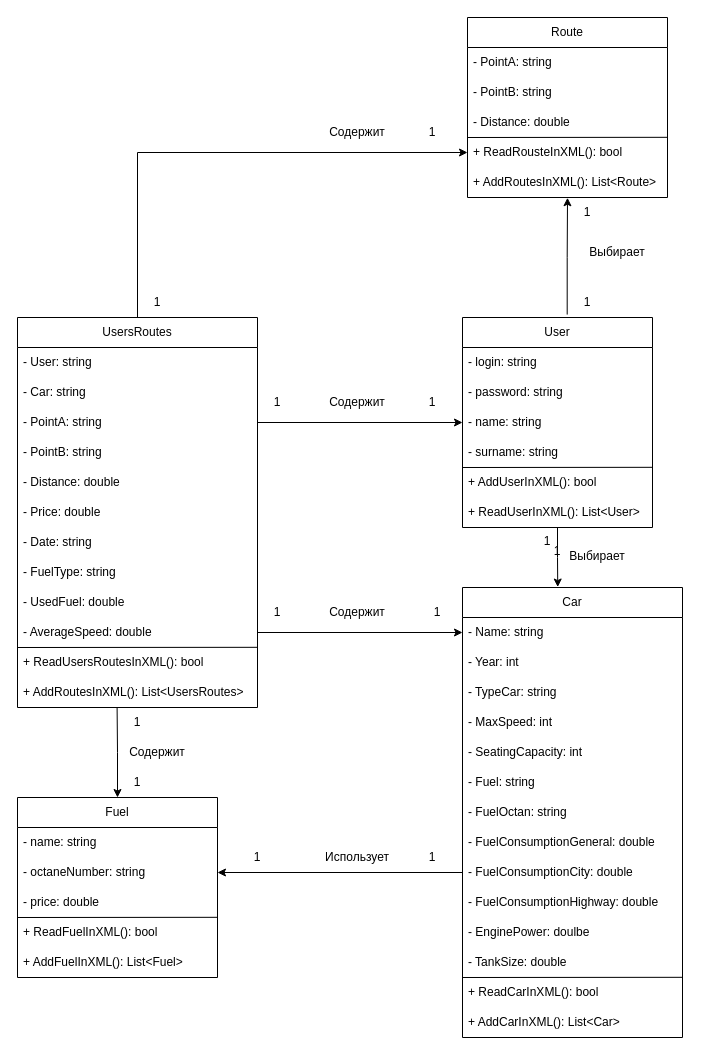
Before: Documents/Diagrams/Диаграмма классов.drawio in Nariett/Coursework-on-design-and-programming-and-programming-languages, a draw.io diagram. Source tidied: cells renumbered, new cells numbered last; positions are measured from the earlier drawing's top-left corner, leaving out a move shared by most shapes. Both pictures are drawn from the tidied source at 100%, with x=0, y=0 at pixel (17, 17).
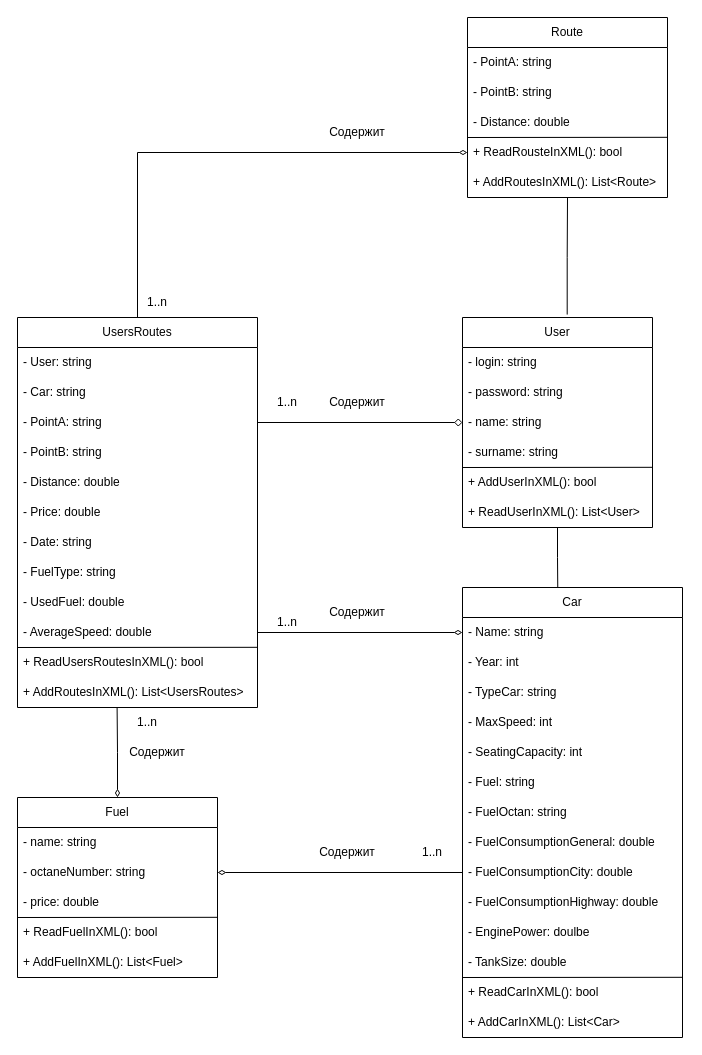
After the change.

Unchanged cells that the change refers to:
```xml
<mxCell id="4" value="User" style="swimlane;fontStyle=0;horizontal=1;startSize=30;whiteSpace=wrap;html=1;" parent="1" vertex="1">
  <mxGeometry x="445" y="300" width="190" height="210" as="geometry" />
</mxCell>
<mxCell id="7" value="- name: string" style="text;strokeColor=none;fillColor=none;align=left;verticalAlign=middle;spacingLeft=4;spacingRight=4;overflow=hidden;points=[[0,0.5],[1,0.5]];portConstraint=eastwest;whiteSpace=wrap;html=1;" parent="4" vertex="1">
  <mxGeometry y="90" width="190" height="30" as="geometry" />
</mxCell>
<mxCell id="16" value="+ ReadRousteInXML(): bool" style="text;strokeColor=none;fillColor=none;align=left;verticalAlign=middle;spacingLeft=4;spacingRight=4;overflow=hidden;points=[[0,0.5],[1,0.5]];portConstraint=eastwest;whiteSpace=wrap;html=1;" parent="12" vertex="1">
  <mxGeometry y="120" width="200" height="30" as="geometry" />
</mxCell>
<mxCell id="17" value="+ AddRoutesInXML(): List&amp;lt;Route&amp;gt;" style="text;strokeColor=none;fillColor=none;align=left;verticalAlign=middle;spacingLeft=4;spacingRight=4;overflow=hidden;points=[[0,0.5],[1,0.5]];portConstraint=eastwest;whiteSpace=wrap;html=1;" parent="12" vertex="1">
  <mxGeometry y="150" width="200" height="30" as="geometry" />
</mxCell>
<mxCell id="23" value="Car" style="swimlane;fontStyle=0;horizontal=1;startSize=30;whiteSpace=wrap;html=1;" parent="1" vertex="1">
  <mxGeometry x="445" y="570" width="220" height="450" as="geometry" />
</mxCell>
<mxCell id="24" value="- Name: string" style="text;strokeColor=none;fillColor=none;align=left;verticalAlign=middle;spacingLeft=4;spacingRight=4;overflow=hidden;points=[[0,0.5],[1,0.5]];portConstraint=eastwest;whiteSpace=wrap;html=1;" parent="23" vertex="1">
  <mxGeometry y="30" width="220" height="30" as="geometry" />
</mxCell>
<mxCell id="32" value="- FuelConsumptionCity: double&lt;span style=&quot;white-space: pre;&quot;&gt;&#9;&lt;/span&gt;" style="text;strokeColor=none;fillColor=none;align=left;verticalAlign=middle;spacingLeft=4;spacingRight=4;overflow=hidden;points=[[0,0.5],[1,0.5]];portConstraint=eastwest;whiteSpace=wrap;html=1;" parent="23" vertex="1">
  <mxGeometry y="270" width="220" height="30" as="geometry" />
</mxCell>
<mxCell id="40" value="Fuel" style="swimlane;fontStyle=0;horizontal=1;startSize=30;whiteSpace=wrap;html=1;" parent="1" vertex="1">
  <mxGeometry y="780" width="200" height="180" as="geometry" />
</mxCell>
<mxCell id="42" value="- octaneNumber: string" style="text;strokeColor=none;fillColor=none;align=left;verticalAlign=middle;spacingLeft=4;spacingRight=4;overflow=hidden;points=[[0,0.5],[1,0.5]];portConstraint=eastwest;whiteSpace=wrap;html=1;" parent="40" vertex="1">
  <mxGeometry y="60" width="200" height="30" as="geometry" />
</mxCell>
<mxCell id="48" value="UsersRoutes" style="swimlane;fontStyle=0;horizontal=1;startSize=30;whiteSpace=wrap;html=1;" parent="1" vertex="1">
  <mxGeometry y="300" width="240" height="390" as="geometry" />
</mxCell>
<mxCell id="51" value="- PointA: string" style="text;strokeColor=none;fillColor=none;align=left;verticalAlign=middle;spacingLeft=4;spacingRight=4;overflow=hidden;points=[[0,0.5],[1,0.5]];portConstraint=eastwest;whiteSpace=wrap;html=1;" parent="48" vertex="1">
  <mxGeometry y="90" width="240" height="30" as="geometry" />
</mxCell>
<mxCell id="58" value="- AverageSpeed: double" style="text;strokeColor=none;fillColor=none;align=left;verticalAlign=middle;spacingLeft=4;spacingRight=4;overflow=hidden;points=[[0,0.5],[1,0.5]];portConstraint=eastwest;whiteSpace=wrap;html=1;" parent="48" vertex="1">
  <mxGeometry y="300" width="240" height="30" as="geometry" />
</mxCell>
<mxCell id="60" value="+ AddRoutesInXML(): List&amp;lt;UsersRoutes&amp;gt;" style="text;strokeColor=none;fillColor=none;align=left;verticalAlign=middle;spacingLeft=4;spacingRight=4;overflow=hidden;points=[[0,0.5],[1,0.5]];portConstraint=eastwest;whiteSpace=wrap;html=1;" parent="48" vertex="1">
  <mxGeometry y="360" width="240" height="30" as="geometry" />
</mxCell>
```

What changed in the source:
```diff
@@
-    <mxCell id="2" style="edgeStyle=orthogonalEdgeStyle;rounded=0;jettySize=auto;html=1;entryX=0.5;entryY=1.009;entryDx=0;entryDy=0;entryPerimeter=0;exitX=0.551;exitY=-0.014;exitDx=0;exitDy=0;exitPerimeter=0;" parent="1" edge="1" source="4" target="17">
+    <mxCell id="2" style="edgeStyle=orthogonalEdgeStyle;rounded=0;jettySize=auto;html=1;entryX=0.5;entryY=1.009;entryDx=0;entryDy=0;entryPerimeter=0;exitX=0.551;exitY=-0.014;exitDx=0;exitDy=0;exitPerimeter=0;endArrow=none;endFill=0;" parent="1" edge="1" source="4" target="17">
       <mxGeometry relative="1" as="geometry" />
     </mxCell>
-    <mxCell id="3" style="edgeStyle=orthogonalEdgeStyle;rounded=0;jettySize=auto;html=1;entryX=0.433;entryY=-0.001;entryDx=0;entryDy=0;entryPerimeter=0;" parent="1" edge="1" source="4" target="23">
+    <mxCell id="3" style="edgeStyle=orthogonalEdgeStyle;rounded=0;jettySize=auto;html=1;entryX=0.433;entryY=-0.001;entryDx=0;entryDy=0;entryPerimeter=0;endArrow=none;endFill=0;" parent="1" edge="1" source="4" target="23">
       <mxGeometry relative="1" as="geometry" />
     </mxCell>
@@
-    <mxCell id="19" value="1" style="text;html=1;strokeColor=none;fillColor=none;align=center;verticalAlign=middle;whiteSpace=wrap;rounded=0;" parent="1" vertex="1">
+    <mxCell id="19" value="1..n" style="text;html=1;strokeColor=none;fillColor=none;align=center;verticalAlign=middle;whiteSpace=wrap;rounded=0;" parent="1" vertex="1">
       <mxGeometry x="110" y="270" width="60" height="30" as="geometry" />
     </mxCell>
-    <mxCell id="20" value="1" style="text;html=1;strokeColor=none;fillColor=none;align=center;verticalAlign=middle;whiteSpace=wrap;rounded=0;" parent="1" vertex="1">
-      <mxGeometry x="540" y="180" width="60" height="30" as="geometry" />
-    </mxCell>
-    <mxCell id="21" value="Выбирает" style="text;html=1;strokeColor=none;fillColor=none;align=center;verticalAlign=middle;whiteSpace=wrap;rounded=0;" parent="1" vertex="1">
-      <mxGeometry x="550" y="524" width="60" height="30" as="geometry" />
-    </mxCell>
-    <mxCell id="22" style="edgeStyle=orthogonalEdgeStyle;rounded=0;jettySize=auto;html=1;entryX=1;entryY=0.5;entryDx=0;entryDy=0;startArrow=none;startFill=0;endArrow=classic;endFill=1;exitX=0;exitY=0.5;exitDx=0;exitDy=0;" parent="1" edge="1" source="32" target="42">
+    <mxCell id="22" style="edgeStyle=orthogonalEdgeStyle;rounded=0;jettySize=auto;html=1;entryX=1;entryY=0.5;entryDx=0;entryDy=0;startArrow=none;startFill=0;endArrow=diamondThin;endFill=0;exitX=0;exitY=0.5;exitDx=0;exitDy=0;" parent="1" edge="1" source="32" target="42">
       <mxGeometry relative="1" as="geometry" />
     </mxCell>
@@
-    <mxCell id="39" style="edgeStyle=orthogonalEdgeStyle;rounded=0;jettySize=auto;html=1;entryX=0.415;entryY=0.996;entryDx=0;entryDy=0;entryPerimeter=0;startArrow=classic;startFill=1;endArrow=none;endFill=0;" parent="1" edge="1" source="40" target="60">
+    <mxCell id="39" style="edgeStyle=orthogonalEdgeStyle;rounded=0;jettySize=auto;html=1;entryX=0.415;entryY=0.996;entryDx=0;entryDy=0;entryPerimeter=0;startArrow=diamondThin;startFill=0;endArrow=none;endFill=0;" parent="1" edge="1" source="40" target="60">
       <mxGeometry relative="1" as="geometry" />
     </mxCell>
@@
-    <mxCell id="47" style="edgeStyle=orthogonalEdgeStyle;rounded=0;jettySize=auto;html=1;entryX=0;entryY=0.5;entryDx=0;entryDy=0;exitX=0.5;exitY=0;exitDx=0;exitDy=0;" parent="1" edge="1" source="48" target="16">
+    <mxCell id="47" style="edgeStyle=orthogonalEdgeStyle;rounded=0;jettySize=auto;html=1;entryX=0;entryY=0.5;entryDx=0;entryDy=0;exitX=0.5;exitY=0;exitDx=0;exitDy=0;endArrow=diamondThin;endFill=0;" parent="1" edge="1" source="48" target="16">
       <mxGeometry relative="1" as="geometry">
         <Array as="points">
           <mxPoint x="120" y="135" />
         </Array>
       </mxGeometry>
     </mxCell>
@@
-    <mxCell id="62" value="1" style="text;html=1;strokeColor=none;fillColor=none;align=center;verticalAlign=middle;whiteSpace=wrap;rounded=0;" parent="1" vertex="1">
-      <mxGeometry x="210" y="825" width="60" height="30" as="geometry" />
-    </mxCell>
-    <mxCell id="63" value="1" style="text;html=1;strokeColor=none;fillColor=none;align=center;verticalAlign=middle;whiteSpace=wrap;rounded=0;" parent="1" vertex="1">
-      <mxGeometry x="385" y="825" width="60" height="30" as="geometry" />
-    </mxCell>
-    <mxCell id="64" value="Использует" style="text;html=1;strokeColor=none;fillColor=none;align=center;verticalAlign=middle;whiteSpace=wrap;rounded=0;" parent="1" vertex="1">
-      <mxGeometry x="310" y="825" width="60" height="30" as="geometry" />
-    </mxCell>
@@
-    <mxCell id="66" value="1" style="text;html=1;strokeColor=none;fillColor=none;align=center;verticalAlign=middle;whiteSpace=wrap;rounded=0;" parent="1" vertex="1">
-      <mxGeometry x="385" y="100" width="60" height="30" as="geometry" />
-    </mxCell>
-    <mxCell id="67" value="1" style="text;html=1;strokeColor=none;fillColor=none;align=center;verticalAlign=middle;whiteSpace=wrap;rounded=0;" parent="1" vertex="1">
-      <mxGeometry x="540" y="270" width="60" height="30" as="geometry" />
-    </mxCell>
@@
-    <mxCell id="69" value="1" style="text;html=1;strokeColor=none;fillColor=none;align=center;verticalAlign=middle;whiteSpace=wrap;rounded=0;" parent="1" vertex="1">
-      <mxGeometry x="230" y="370" width="60" height="30" as="geometry" />
-    </mxCell>
-    <mxCell id="70" value="1" style="text;html=1;strokeColor=none;fillColor=none;align=center;verticalAlign=middle;whiteSpace=wrap;rounded=0;" parent="1" vertex="1">
-      <mxGeometry x="385" y="370" width="60" height="30" as="geometry" />
+    <mxCell id="70" value="1..n" style="text;html=1;strokeColor=none;fillColor=none;align=center;verticalAlign=middle;whiteSpace=wrap;rounded=0;" parent="1" vertex="1">
+      <mxGeometry x="240" y="370" width="60" height="30" as="geometry" />
     </mxCell>
-    <mxCell id="71" style="edgeStyle=orthogonalEdgeStyle;rounded=0;jettySize=auto;html=1;entryX=0;entryY=0.5;entryDx=0;entryDy=0;exitX=1;exitY=0.5;exitDx=0;exitDy=0;" parent="1" edge="1" source="58" target="24">
+    <mxCell id="71" style="edgeStyle=orthogonalEdgeStyle;rounded=0;jettySize=auto;html=1;entryX=0;entryY=0.5;entryDx=0;entryDy=0;exitX=1;exitY=0.5;exitDx=0;exitDy=0;endArrow=diamondThin;endFill=0;" parent="1" edge="1" source="58" target="24">
       <mxGeometry relative="1" as="geometry" />
     </mxCell>
@@
-    <mxCell id="73" value="1" style="text;html=1;strokeColor=none;fillColor=none;align=center;verticalAlign=middle;whiteSpace=wrap;rounded=0;" parent="1" vertex="1">
-      <mxGeometry x="390" y="580" width="60" height="30" as="geometry" />
+    <mxCell id="73" value="1..n" style="text;html=1;strokeColor=none;fillColor=none;align=center;verticalAlign=middle;whiteSpace=wrap;rounded=0;" parent="1" vertex="1">
+      <mxGeometry x="240" y="590" width="60" height="30" as="geometry" />
     </mxCell>
-    <mxCell id="74" value="1" style="text;html=1;strokeColor=none;fillColor=none;align=center;verticalAlign=middle;whiteSpace=wrap;rounded=0;" parent="1" vertex="1">
-      <mxGeometry x="230" y="580" width="60" height="30" as="geometry" />
-    </mxCell>
-    <mxCell id="75" value="1" style="text;html=1;strokeColor=none;fillColor=none;align=center;verticalAlign=middle;whiteSpace=wrap;rounded=0;" parent="1" vertex="1">
-      <mxGeometry x="90" y="690" width="60" height="30" as="geometry" />
-    </mxCell>
@@
-    <mxCell id="77" value="1" style="text;html=1;strokeColor=none;fillColor=none;align=center;verticalAlign=middle;whiteSpace=wrap;rounded=0;" parent="1" vertex="1">
-      <mxGeometry x="90" y="750" width="60" height="30" as="geometry" />
+    <mxCell id="77" value="1..n" style="text;html=1;strokeColor=none;fillColor=none;align=center;verticalAlign=middle;whiteSpace=wrap;rounded=0;" parent="1" vertex="1">
+      <mxGeometry x="100" y="690" width="60" height="30" as="geometry" />
     </mxCell>
-    <mxCell id="78" style="edgeStyle=orthogonalEdgeStyle;rounded=0;jettySize=auto;html=1;entryX=0;entryY=0.5;entryDx=0;entryDy=0;" parent="1" edge="1" source="51" target="7">
+    <mxCell id="78" style="edgeStyle=orthogonalEdgeStyle;rounded=0;jettySize=auto;html=1;entryX=0;entryY=0.5;entryDx=0;entryDy=0;endArrow=diamond;endFill=0;" parent="1" edge="1" source="51" target="7">
       <mxGeometry relative="1" as="geometry" />
     </mxCell>
-    <mxCell id="79" value="Выбирает" style="text;html=1;strokeColor=none;fillColor=none;align=center;verticalAlign=middle;whiteSpace=wrap;rounded=0;" parent="1" vertex="1">
-      <mxGeometry x="570" y="220" width="60" height="30" as="geometry" />
-    </mxCell>
-    <mxCell id="80" value="1" style="text;html=1;strokeColor=none;fillColor=none;align=center;verticalAlign=middle;whiteSpace=wrap;rounded=0;" parent="1" vertex="1">
-      <mxGeometry x="500" y="509" width="60" height="30" as="geometry" />
-    </mxCell>
-    <mxCell id="81" value="1" style="text;html=1;strokeColor=none;fillColor=none;align=center;verticalAlign=middle;whiteSpace=wrap;rounded=0;" parent="1" vertex="1">
-      <mxGeometry x="510" y="519" width="60" height="30" as="geometry" />
-    </mxCell>
+    <mxCell id="82" value="Содержит" style="text;html=1;strokeColor=none;fillColor=none;align=center;verticalAlign=middle;whiteSpace=wrap;rounded=0;" parent="1" vertex="1">
+      <mxGeometry x="300" y="820" width="60" height="30" as="geometry" />
+    </mxCell>
+    <mxCell id="83" value="1..n" style="text;html=1;strokeColor=none;fillColor=none;align=center;verticalAlign=middle;whiteSpace=wrap;rounded=0;" parent="1" vertex="1">
+      <mxGeometry x="385" y="820" width="60" height="30" as="geometry" />
+    </mxCell>
```
